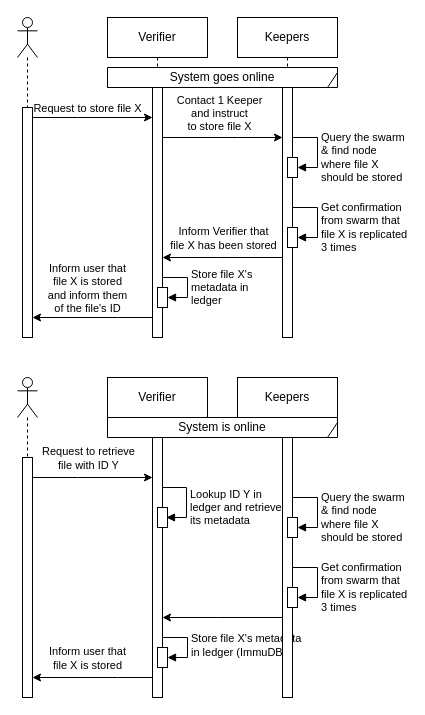
Earlier version of the draw.io diagram docs/Untitled Diagram.drawio (luchev/kiss). Source tidied: cells renumbered, new cells numbered last; positions are measured from the earlier drawing's top-left corner, leaving out a move shared by most shapes. Both pictures are drawn from the tidied source at 100%, with x=0, y=0 at pixel (17, 17).
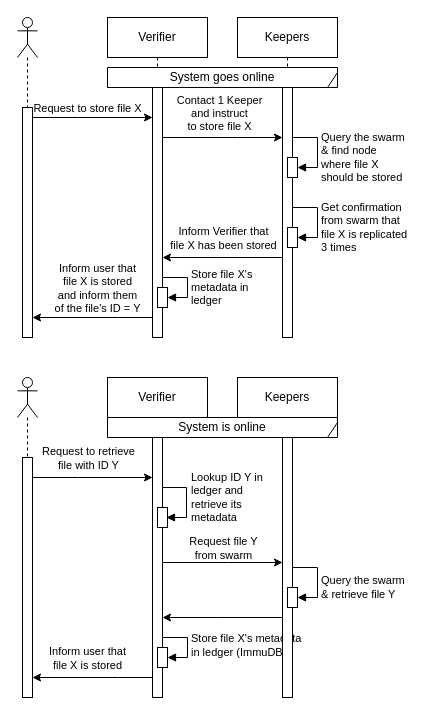
The same diagram, later.

The change refers to these unchanged cells:
```xml
<mxCell id="21" style="edgeStyle=elbowEdgeStyle;rounded=0;jettySize=auto;html=1;elbow=vertical;curved=0;" parent="1" edge="1" source="5" target="3">
  <mxGeometry relative="1" as="geometry">
    <Array as="points">
      <mxPoint x="100" y="300" />
      <mxPoint x="60" y="320" />
    </Array>
  </mxGeometry>
</mxCell>
<mxCell id="25" value="Verifier" style="shape=umlLifeline;perimeter=lifelinePerimeter;whiteSpace=wrap;html=1;newEdgeStyle={&quot;edgeStyle&quot;:&quot;elbowEdgeStyle&quot;,&quot;elbow&quot;:&quot;vertical&quot;,&quot;curved&quot;:0,&quot;rounded&quot;:0};" parent="1" vertex="1">
  <mxGeometry x="90" y="360" width="100" height="320" as="geometry" />
</mxCell>
<mxCell id="26" style="html=1;points=[];perimeter=orthogonalPerimeter;outlineConnect=0;targetShapes=umlLifeline;portConstraint=eastwest;newEdgeStyle={&quot;edgeStyle&quot;:&quot;elbowEdgeStyle&quot;,&quot;elbow&quot;:&quot;vertical&quot;,&quot;curved&quot;:0,&quot;rounded&quot;:0};" parent="25" vertex="1">
  <mxGeometry x="45" y="50" width="10" height="270" as="geometry" />
</mxCell>
<mxCell id="31" value="Keepers" style="shape=umlLifeline;perimeter=lifelinePerimeter;whiteSpace=wrap;html=1;newEdgeStyle={&quot;edgeStyle&quot;:&quot;elbowEdgeStyle&quot;,&quot;elbow&quot;:&quot;vertical&quot;,&quot;curved&quot;:0,&quot;rounded&quot;:0};" parent="1" vertex="1">
  <mxGeometry x="220" y="360" width="100" height="320" as="geometry" />
</mxCell>
<mxCell id="32" style="html=1;points=[];perimeter=orthogonalPerimeter;outlineConnect=0;targetShapes=umlLifeline;portConstraint=eastwest;newEdgeStyle={&quot;edgeStyle&quot;:&quot;elbowEdgeStyle&quot;,&quot;elbow&quot;:&quot;vertical&quot;,&quot;curved&quot;:0,&quot;rounded&quot;:0};" parent="31" vertex="1">
  <mxGeometry x="45" y="50" width="10" height="270" as="geometry" />
</mxCell>
<mxCell id="35" style="html=1;points=[];perimeter=orthogonalPerimeter;outlineConnect=0;targetShapes=umlLifeline;portConstraint=eastwest;newEdgeStyle={&quot;edgeStyle&quot;:&quot;elbowEdgeStyle&quot;,&quot;elbow&quot;:&quot;vertical&quot;,&quot;curved&quot;:0,&quot;rounded&quot;:0};" parent="31" vertex="1">
  <mxGeometry x="50" y="210" width="10" height="20" as="geometry" />
</mxCell>
```

What changed in the source:
```diff
@@
-    <mxCell id="22" value="Inform user that&lt;br&gt;file X is stored&lt;br&gt;and inform them&lt;br&gt;of the file's ID" style="edgeLabel;html=1;align=center;verticalAlign=middle;" parent="21" vertex="1">
+    <mxCell id="22" value="Inform user that&lt;br&gt;file X is stored&lt;br&gt;and inform them&lt;br&gt;of the file's ID = Y" style="edgeLabel;html=1;align=center;verticalAlign=middle;" parent="21" vertex="1">
       <mxGeometry x="0.11" y="-3" relative="1" as="geometry">
-        <mxPoint x="1" y="-27" as="offset" />
+        <mxPoint x="11" y="-27" as="offset" />
       </mxGeometry>
     </mxCell>
@@
-    <mxCell id="30" value="Lookup ID Y in&lt;br&gt;ledger and retrieve&lt;br&gt;its metadata" style="html=1;align=left;spacingLeft=2;endArrow=block;rounded=0;edgeStyle=orthogonalEdgeStyle;curved=0;rounded=0;" parent="25" edge="1">
-      <mxGeometry x="0.19" relative="1" as="geometry">
+    <mxCell id="30" value="Lookup ID Y in&lt;br&gt;ledger and&lt;br&gt;retrieve its&lt;br&gt;metadata" style="html=1;align=left;spacingLeft=2;endArrow=block;rounded=0;edgeStyle=orthogonalEdgeStyle;curved=0;rounded=0;" parent="25" edge="1">
+      <mxGeometry x="-0.08" y="1" relative="1" as="geometry">
         <mxPoint x="55" y="110" as="sourcePoint" />
         <mxPoint x="59" y="140" as="targetPoint" />
         <Array as="points">
           <mxPoint x="79" y="110" />
           <mxPoint x="79" y="140" />
         </Array>
       </mxGeometry>
     </mxCell>
@@
-    <mxCell id="33" style="html=1;points=[];perimeter=orthogonalPerimeter;outlineConnect=0;targetShapes=umlLifeline;portConstraint=eastwest;newEdgeStyle={&quot;edgeStyle&quot;:&quot;elbowEdgeStyle&quot;,&quot;elbow&quot;:&quot;vertical&quot;,&quot;curved&quot;:0,&quot;rounded&quot;:0};" parent="31" vertex="1">
-      <mxGeometry x="50" y="140" width="10" height="20" as="geometry" />
-    </mxCell>
-    <mxCell id="34" value="Query the swarm&lt;br&gt;&amp;amp; find node&lt;br&gt;where file X&lt;br&gt;should be stored" style="html=1;align=left;spacingLeft=2;endArrow=block;rounded=0;edgeStyle=orthogonalEdgeStyle;curved=0;rounded=0;" parent="31" edge="1" target="33">
-      <mxGeometry x="0.2" relative="1" as="geometry">
-        <mxPoint x="55" y="120" as="sourcePoint" />
-        <Array as="points">
-          <mxPoint x="80" y="120" />
-          <mxPoint x="80" y="150" />
-        </Array>
-      </mxGeometry>
-    </mxCell>
@@
-    <mxCell id="36" value="Get confirmation&lt;br&gt;from swarm that&lt;br&gt;file X is replicated&lt;br&gt;3 times" style="html=1;align=left;spacingLeft=2;endArrow=block;rounded=0;edgeStyle=orthogonalEdgeStyle;curved=0;rounded=0;" parent="31" edge="1" target="35">
+    <mxCell id="36" value="Query the swarm&lt;br&gt;&amp;amp; retrieve file Y" style="html=1;align=left;spacingLeft=2;endArrow=block;rounded=0;edgeStyle=orthogonalEdgeStyle;curved=0;rounded=0;" parent="31" edge="1" target="35">
       <mxGeometry x="0.29" relative="1" as="geometry">
         <mxPoint x="55" y="180" as="sourcePoint" />
         <Array as="points">
           <mxPoint x="55" y="190" />
           <mxPoint x="80" y="190" />
           <mxPoint x="80" y="220" />
         </Array>
       </mxGeometry>
     </mxCell>
@@
+    <mxCell id="43" style="edgeStyle=elbowEdgeStyle;rounded=0;jettySize=auto;html=1;elbow=vertical;curved=0;" parent="1" edge="1" source="26" target="32">
+      <mxGeometry relative="1" as="geometry">
+        <Array as="points">
+          <mxPoint x="210" y="545" />
+        </Array>
+      </mxGeometry>
+    </mxCell>
+    <mxCell id="44" value="Request file Y&lt;br&gt;from swarm" style="edgeLabel;html=1;align=center;verticalAlign=middle;" parent="43" vertex="1">
+      <mxGeometry x="-0.22" y="3" relative="1" as="geometry">
+        <mxPoint x="13" y="-12" as="offset" />
+      </mxGeometry>
+    </mxCell>
```
